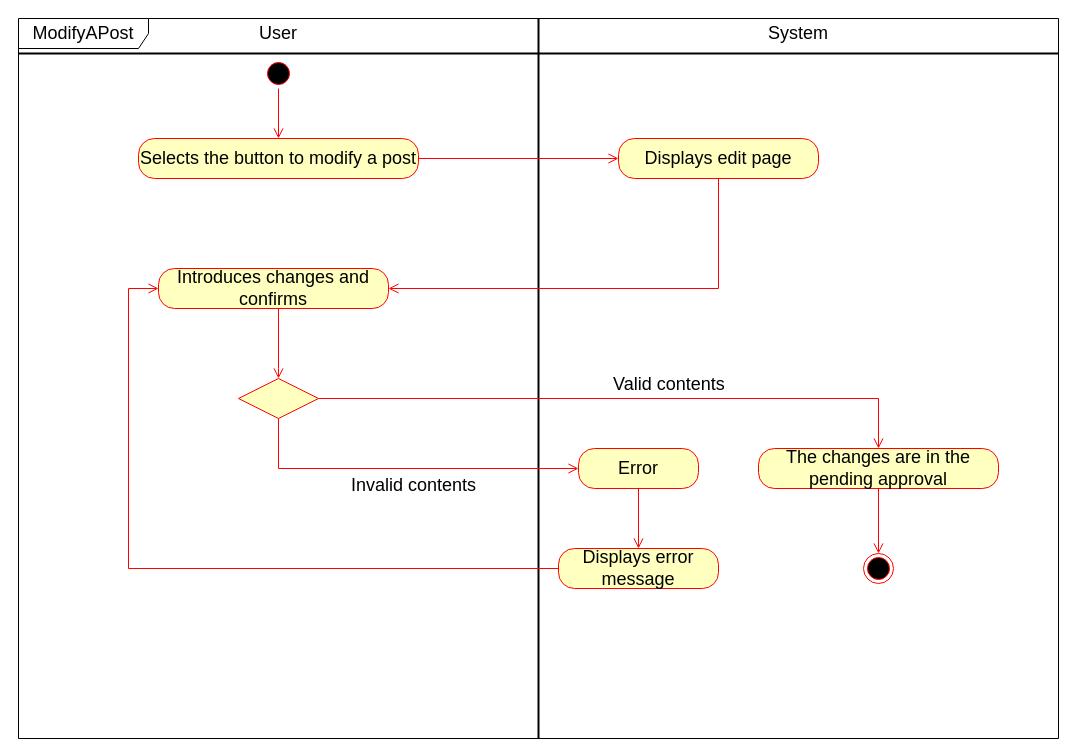
This is page "ModifyAPost" (4 of 5) of Use cases diagram/User.drawio from matteovisotto/SE2-CecchettoSirianiVisotto, a draw.io file, before an edit. Source tidied: cells renumbered, new cells numbered last; positions are measured from the earlier drawing's top-left corner, leaving out a move shared by most shapes. Both pictures are drawn from the tidied source at 100%, with x=0, y=0 at pixel (18, 18).
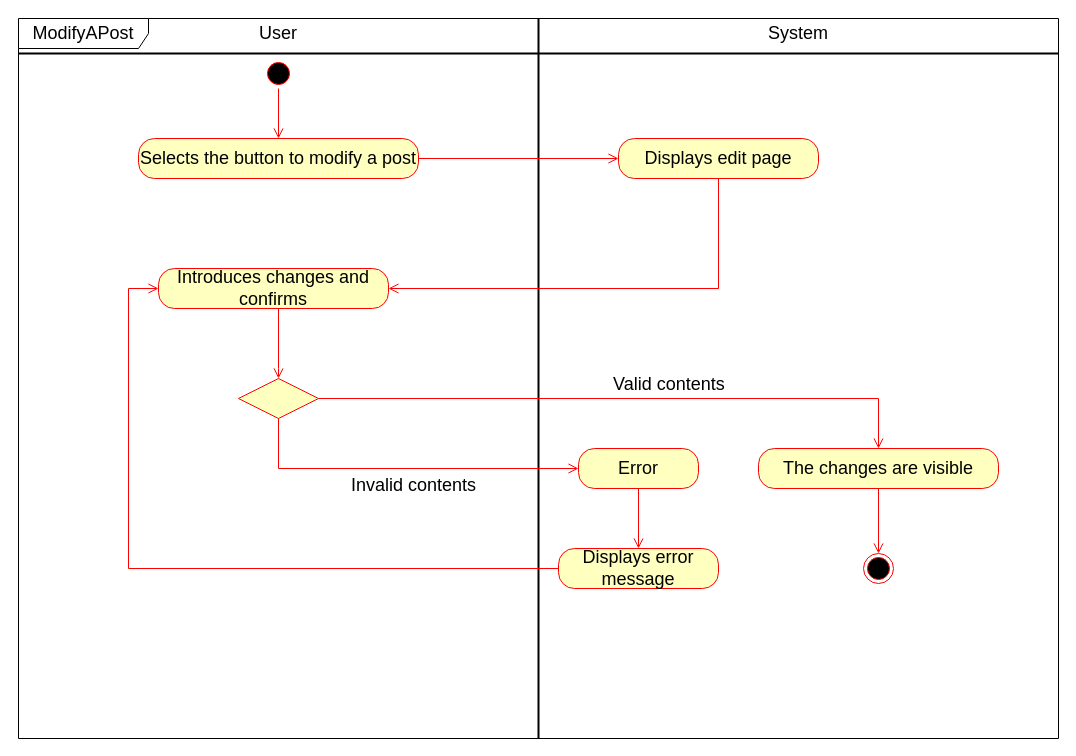
After the change.

Commit message (it also covers changes not shown here):
Modified use case

What changed in the source:
```diff
@@
-    <mxCell id="16" value="&lt;font style=&quot;font-size: 18px&quot;&gt;The changes are in the pending approval&lt;/font&gt;" style="rounded=1;whiteSpace=wrap;html=1;arcSize=40;fontColor=#000000;fillColor=#ffffc0;strokeColor=#ff0000;" parent="1" vertex="1">
+    <mxCell id="16" value="&lt;font style=&quot;font-size: 18px&quot;&gt;The changes are visible&lt;/font&gt;" style="rounded=1;whiteSpace=wrap;html=1;arcSize=40;fontColor=#000000;fillColor=#ffffc0;strokeColor=#ff0000;" parent="1" vertex="1">
       <mxGeometry x="740" y="430" width="240" height="40" as="geometry" />
     </mxCell>
```
